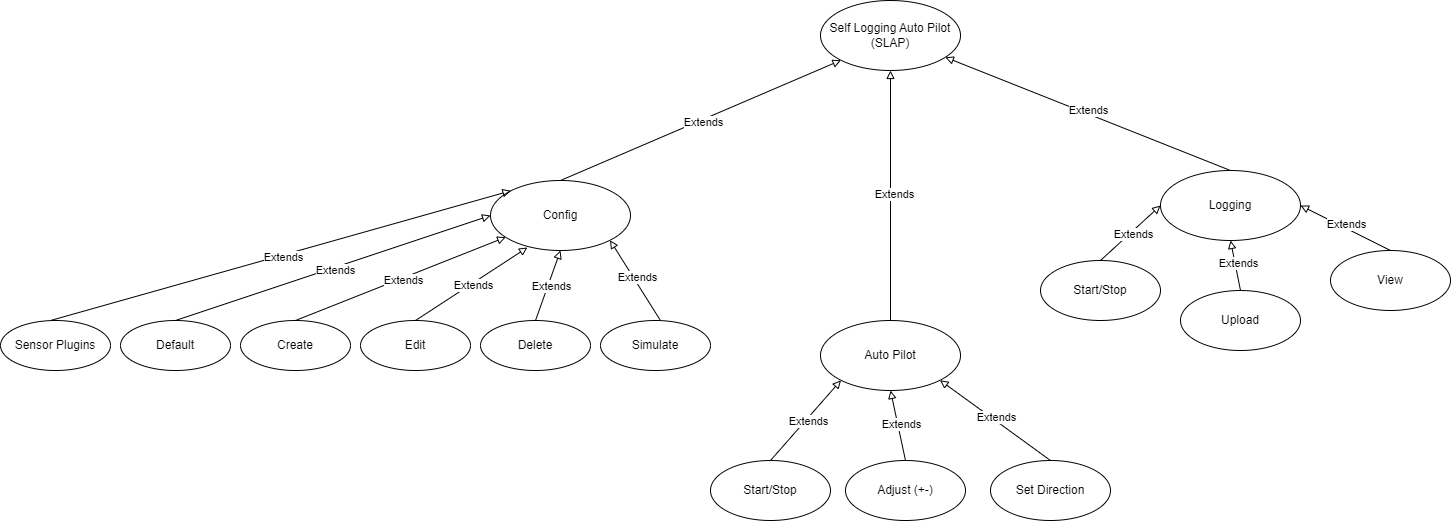
SailoBam/slap keeps this draw.io diagram as slap/docs/report/design/slapUsecases.drawio.png. Above is the earlier version. Source tidied: cells renumbered, new cells last; positions are measured from the earlier drawing's top-left corner, leaving out a move shared by most shapes. The source it was exported from:
```xml
<mxGraphModel>
  <root>
    <mxCell id="0" />
    <mxCell id="1" parent="0" />
    <mxCell id="2" value="Self Logging Auto Pilot (SLAP)" style="ellipse;whiteSpace=wrap;html=1;" parent="1" vertex="1">
      <mxGeometry x="820" width="140" height="70" as="geometry" />
    </mxCell>
    <mxCell id="3" style="edgeStyle=none;html=1;exitX=0.5;exitY=0;exitDx=0;exitDy=0;entryX=0;entryY=1;entryDx=0;entryDy=0;endArrow=block;endFill=0;" parent="1" edge="1" source="5" target="2">
      <mxGeometry relative="1" as="geometry" />
    </mxCell>
    <mxCell id="4" value="Extends" style="edgeLabel;html=1;align=center;verticalAlign=middle;" parent="3" vertex="1">
      <mxGeometry x="0.01" y="-3" relative="1" as="geometry">
        <mxPoint y="-1" as="offset" />
      </mxGeometry>
    </mxCell>
    <mxCell id="5" value="Config" style="ellipse;whiteSpace=wrap;html=1;" parent="1" vertex="1">
      <mxGeometry x="490" y="180" width="140" height="70" as="geometry" />
    </mxCell>
    <mxCell id="6" value="Auto Pilot" style="ellipse;whiteSpace=wrap;html=1;" parent="1" vertex="1">
      <mxGeometry x="820" y="320" width="140" height="70" as="geometry" />
    </mxCell>
    <mxCell id="7" value="Logging" style="ellipse;whiteSpace=wrap;html=1;" parent="1" vertex="1">
      <mxGeometry x="1160" y="170" width="140" height="70" as="geometry" />
    </mxCell>
    <mxCell id="8" style="edgeStyle=none;html=1;exitX=0.5;exitY=0;exitDx=0;exitDy=0;entryX=0.5;entryY=1;entryDx=0;entryDy=0;endArrow=block;endFill=0;fontStyle=1;" parent="1" edge="1" source="6" target="2">
      <mxGeometry relative="1" as="geometry" />
    </mxCell>
    <mxCell id="9" value="Extends" style="edgeLabel;html=1;align=center;verticalAlign=middle;" parent="8" vertex="1">
      <mxGeometry x="0.01" y="-3" relative="1" as="geometry">
        <mxPoint y="-1" as="offset" />
      </mxGeometry>
    </mxCell>
    <mxCell id="10" style="edgeStyle=none;html=1;endArrow=block;endFill=0;exitX=0.5;exitY=0;exitDx=0;exitDy=0;" parent="1" edge="1" source="7" target="2">
      <mxGeometry relative="1" as="geometry" />
    </mxCell>
    <mxCell id="11" value="Extends" style="edgeLabel;html=1;align=center;verticalAlign=middle;" parent="10" vertex="1">
      <mxGeometry x="0.01" y="-3" relative="1" as="geometry">
        <mxPoint y="-1" as="offset" />
      </mxGeometry>
    </mxCell>
    <mxCell id="12" style="edgeStyle=none;html=1;entryX=0;entryY=0.5;entryDx=0;entryDy=0;endArrow=block;endFill=0;exitX=0.5;exitY=0;exitDx=0;exitDy=0;" parent="1" edge="1" source="14" target="5">
      <mxGeometry relative="1" as="geometry" />
    </mxCell>
    <mxCell id="13" value="Extends" style="edgeLabel;html=1;align=center;verticalAlign=middle;" parent="12" vertex="1">
      <mxGeometry x="0.01" y="-3" relative="1" as="geometry">
        <mxPoint y="-1" as="offset" />
      </mxGeometry>
    </mxCell>
    <mxCell id="14" value="Default" style="ellipse;whiteSpace=wrap;html=1;" parent="1" vertex="1">
      <mxGeometry x="120" y="320" width="110" height="50" as="geometry" />
    </mxCell>
    <mxCell id="15" value="Create" style="ellipse;whiteSpace=wrap;html=1;" parent="1" vertex="1">
      <mxGeometry x="240" y="320" width="110" height="50" as="geometry" />
    </mxCell>
    <mxCell id="16" value="Edit" style="ellipse;whiteSpace=wrap;html=1;" parent="1" vertex="1">
      <mxGeometry x="360" y="320" width="110" height="50" as="geometry" />
    </mxCell>
    <mxCell id="17" value="Delete" style="ellipse;whiteSpace=wrap;html=1;" parent="1" vertex="1">
      <mxGeometry x="480" y="320" width="110" height="50" as="geometry" />
    </mxCell>
    <mxCell id="18" style="edgeStyle=none;html=1;endArrow=block;endFill=0;exitX=0.5;exitY=0;exitDx=0;exitDy=0;" parent="1" edge="1" source="15" target="5">
      <mxGeometry relative="1" as="geometry" />
    </mxCell>
    <mxCell id="19" value="Extends" style="edgeLabel;html=1;align=center;verticalAlign=middle;" parent="18" vertex="1">
      <mxGeometry x="0.01" y="-3" relative="1" as="geometry">
        <mxPoint y="-1" as="offset" />
      </mxGeometry>
    </mxCell>
    <mxCell id="20" style="edgeStyle=none;html=1;endArrow=block;endFill=0;exitX=0.5;exitY=0;exitDx=0;exitDy=0;entryX=0.264;entryY=0.957;entryDx=0;entryDy=0;entryPerimeter=0;" parent="1" edge="1" source="16" target="5">
      <mxGeometry relative="1" as="geometry" />
    </mxCell>
    <mxCell id="21" value="Extends" style="edgeLabel;html=1;align=center;verticalAlign=middle;" parent="20" vertex="1">
      <mxGeometry x="0.01" y="-3" relative="1" as="geometry">
        <mxPoint y="-1" as="offset" />
      </mxGeometry>
    </mxCell>
    <mxCell id="22" style="edgeStyle=none;html=1;endArrow=block;endFill=0;exitX=0.5;exitY=0;exitDx=0;exitDy=0;entryX=0.5;entryY=1;entryDx=0;entryDy=0;" parent="1" edge="1" source="17" target="5">
      <mxGeometry relative="1" as="geometry" />
    </mxCell>
    <mxCell id="23" value="Extends" style="edgeLabel;html=1;align=center;verticalAlign=middle;" parent="22" vertex="1">
      <mxGeometry x="0.01" y="-3" relative="1" as="geometry">
        <mxPoint y="-1" as="offset" />
      </mxGeometry>
    </mxCell>
    <mxCell id="24" value="Simulate" style="ellipse;whiteSpace=wrap;html=1;" parent="1" vertex="1">
      <mxGeometry x="600" y="320" width="110" height="50" as="geometry" />
    </mxCell>
    <mxCell id="25" style="edgeStyle=none;html=1;endArrow=block;endFill=0;exitX=0.545;exitY=0;exitDx=0;exitDy=0;entryX=1;entryY=1;entryDx=0;entryDy=0;exitPerimeter=0;" parent="1" edge="1" source="24" target="5">
      <mxGeometry relative="1" as="geometry" />
    </mxCell>
    <mxCell id="26" value="Extends" style="edgeLabel;html=1;align=center;verticalAlign=middle;" parent="25" vertex="1">
      <mxGeometry x="0.01" y="-3" relative="1" as="geometry">
        <mxPoint y="-1" as="offset" />
      </mxGeometry>
    </mxCell>
    <mxCell id="27" value="Start/Stop" style="ellipse;whiteSpace=wrap;html=1;" parent="1" vertex="1">
      <mxGeometry x="710" y="460" width="120" height="60" as="geometry" />
    </mxCell>
    <mxCell id="28" style="edgeStyle=none;html=1;endArrow=block;endFill=0;exitX=0.5;exitY=0;exitDx=0;exitDy=0;entryX=0;entryY=1;entryDx=0;entryDy=0;" parent="1" edge="1" source="27" target="6">
      <mxGeometry relative="1" as="geometry" />
    </mxCell>
    <mxCell id="29" value="Extends" style="edgeLabel;html=1;align=center;verticalAlign=middle;" parent="28" vertex="1">
      <mxGeometry x="0.01" y="-3" relative="1" as="geometry">
        <mxPoint y="-1" as="offset" />
      </mxGeometry>
    </mxCell>
    <mxCell id="30" value="Adjust (+-)" style="ellipse;whiteSpace=wrap;html=1;" parent="1" vertex="1">
      <mxGeometry x="845" y="460" width="120" height="60" as="geometry" />
    </mxCell>
    <mxCell id="31" style="edgeStyle=none;html=1;endArrow=block;endFill=0;exitX=0.5;exitY=0;exitDx=0;exitDy=0;entryX=0.5;entryY=1;entryDx=0;entryDy=0;" parent="1" edge="1" source="30" target="6">
      <mxGeometry relative="1" as="geometry" />
    </mxCell>
    <mxCell id="32" value="Extends" style="edgeLabel;html=1;align=center;verticalAlign=middle;" parent="31" vertex="1">
      <mxGeometry x="0.01" y="-3" relative="1" as="geometry">
        <mxPoint y="-1" as="offset" />
      </mxGeometry>
    </mxCell>
    <mxCell id="33" value="Set Direction" style="ellipse;whiteSpace=wrap;html=1;" parent="1" vertex="1">
      <mxGeometry x="990" y="460" width="120" height="60" as="geometry" />
    </mxCell>
    <mxCell id="34" style="edgeStyle=none;html=1;endArrow=block;endFill=0;exitX=0.5;exitY=0;exitDx=0;exitDy=0;entryX=1;entryY=1;entryDx=0;entryDy=0;" parent="1" edge="1" source="33" target="6">
      <mxGeometry relative="1" as="geometry" />
    </mxCell>
    <mxCell id="35" value="Extends" style="edgeLabel;html=1;align=center;verticalAlign=middle;" parent="34" vertex="1">
      <mxGeometry x="0.01" y="-3" relative="1" as="geometry">
        <mxPoint y="-1" as="offset" />
      </mxGeometry>
    </mxCell>
    <mxCell id="36" value="Start/Stop" style="ellipse;whiteSpace=wrap;html=1;" parent="1" vertex="1">
      <mxGeometry x="1040" y="260" width="120" height="60" as="geometry" />
    </mxCell>
    <mxCell id="37" style="edgeStyle=none;html=1;endArrow=block;endFill=0;exitX=0.5;exitY=0;exitDx=0;exitDy=0;entryX=0;entryY=0.5;entryDx=0;entryDy=0;" parent="1" edge="1" source="36" target="7">
      <mxGeometry relative="1" as="geometry" />
    </mxCell>
    <mxCell id="38" value="Extends" style="edgeLabel;html=1;align=center;verticalAlign=middle;" parent="37" vertex="1">
      <mxGeometry x="0.01" y="-3" relative="1" as="geometry">
        <mxPoint y="-1" as="offset" />
      </mxGeometry>
    </mxCell>
    <mxCell id="39" value="Upload" style="ellipse;whiteSpace=wrap;html=1;" parent="1" vertex="1">
      <mxGeometry x="1180" y="290" width="120" height="60" as="geometry" />
    </mxCell>
    <mxCell id="40" style="edgeStyle=none;html=1;endArrow=block;endFill=0;exitX=0.5;exitY=0;exitDx=0;exitDy=0;entryX=0.5;entryY=1;entryDx=0;entryDy=0;" parent="1" edge="1" source="39" target="7">
      <mxGeometry relative="1" as="geometry" />
    </mxCell>
    <mxCell id="41" value="Extends" style="edgeLabel;html=1;align=center;verticalAlign=middle;" parent="40" vertex="1">
      <mxGeometry x="0.01" y="-3" relative="1" as="geometry">
        <mxPoint y="-1" as="offset" />
      </mxGeometry>
    </mxCell>
    <mxCell id="42" value="View" style="ellipse;whiteSpace=wrap;html=1;" parent="1" vertex="1">
      <mxGeometry x="1330" y="250" width="120" height="60" as="geometry" />
    </mxCell>
    <mxCell id="43" style="edgeStyle=none;html=1;endArrow=block;endFill=0;exitX=0.5;exitY=0;exitDx=0;exitDy=0;entryX=1;entryY=0.5;entryDx=0;entryDy=0;" parent="1" edge="1" source="42" target="7">
      <mxGeometry relative="1" as="geometry" />
    </mxCell>
    <mxCell id="44" value="Extends" style="edgeLabel;html=1;align=center;verticalAlign=middle;" parent="43" vertex="1">
      <mxGeometry x="0.01" y="-3" relative="1" as="geometry">
        <mxPoint y="-1" as="offset" />
      </mxGeometry>
    </mxCell>
    <mxCell id="45" value="Sensor Plugins" style="ellipse;whiteSpace=wrap;html=1;" parent="1" vertex="1">
      <mxGeometry y="320" width="110" height="50" as="geometry" />
    </mxCell>
    <mxCell id="46" style="edgeStyle=none;html=1;entryX=0;entryY=0;entryDx=0;entryDy=0;endArrow=block;endFill=0;exitX=0.455;exitY=0;exitDx=0;exitDy=0;exitPerimeter=0;" parent="1" edge="1" source="45" target="5">
      <mxGeometry relative="1" as="geometry" />
    </mxCell>
    <mxCell id="47" value="Extends" style="edgeLabel;html=1;align=center;verticalAlign=middle;" parent="46" vertex="1">
      <mxGeometry x="0.01" y="-3" relative="1" as="geometry">
        <mxPoint y="-1" as="offset" />
      </mxGeometry>
    </mxCell>
  </root>
</mxGraphModel>
```
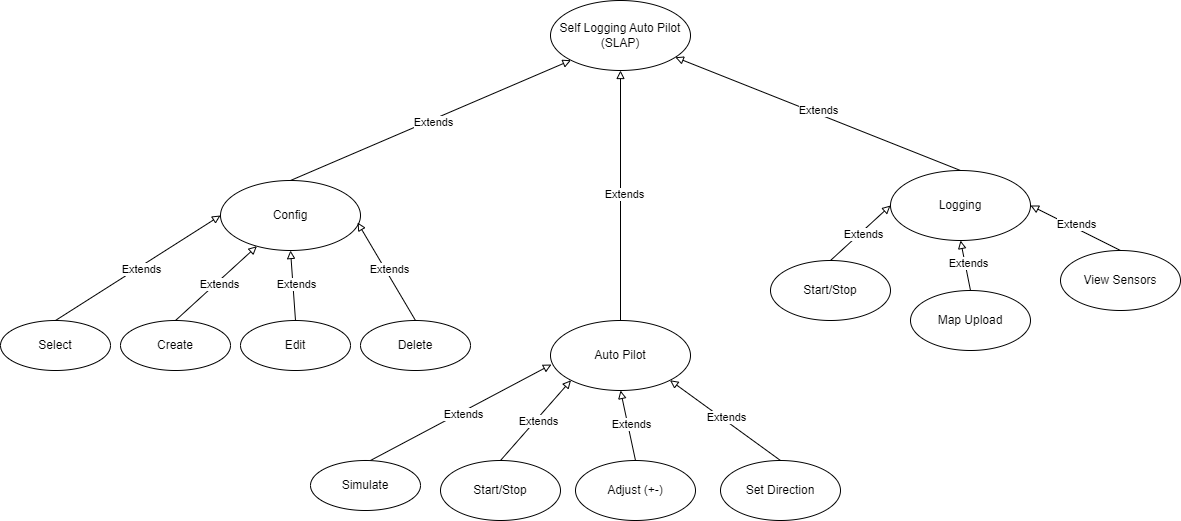
After the change.

The edit, as a diff of the source:
```diff
@@ -46,17 +46,17 @@
         <mxPoint y="-1" as="offset" />
       </mxGeometry>
     </mxCell>
-    <mxCell id="14" value="Default" style="ellipse;whiteSpace=wrap;html=1;" parent="1" vertex="1">
-      <mxGeometry x="120" y="320" width="110" height="50" as="geometry" />
+    <mxCell id="14" value="Select" style="ellipse;whiteSpace=wrap;html=1;" parent="1" vertex="1">
+      <mxGeometry x="270" y="320" width="110" height="50" as="geometry" />
     </mxCell>
     <mxCell id="15" value="Create" style="ellipse;whiteSpace=wrap;html=1;" parent="1" vertex="1">
-      <mxGeometry x="240" y="320" width="110" height="50" as="geometry" />
+      <mxGeometry x="390" y="320" width="110" height="50" as="geometry" />
     </mxCell>
     <mxCell id="16" value="Edit" style="ellipse;whiteSpace=wrap;html=1;" parent="1" vertex="1">
-      <mxGeometry x="360" y="320" width="110" height="50" as="geometry" />
+      <mxGeometry x="510" y="320" width="110" height="50" as="geometry" />
     </mxCell>
     <mxCell id="17" value="Delete" style="ellipse;whiteSpace=wrap;html=1;" parent="1" vertex="1">
-      <mxGeometry x="480" y="320" width="110" height="50" as="geometry" />
+      <mxGeometry x="630" y="320" width="110" height="50" as="geometry" />
     </mxCell>
     <mxCell id="18" style="edgeStyle=none;html=1;endArrow=block;endFill=0;exitX=0.5;exitY=0;exitDx=0;exitDy=0;" parent="1" edge="1" source="15" target="5">
       <mxGeometry relative="1" as="geometry" />
@@ -66,7 +66,7 @@
         <mxPoint y="-1" as="offset" />
       </mxGeometry>
     </mxCell>
-    <mxCell id="20" style="edgeStyle=none;html=1;endArrow=block;endFill=0;exitX=0.5;exitY=0;exitDx=0;exitDy=0;entryX=0.264;entryY=0.957;entryDx=0;entryDy=0;entryPerimeter=0;" parent="1" edge="1" source="16" target="5">
+    <mxCell id="20" style="edgeStyle=none;html=1;endArrow=block;endFill=0;exitX=0.5;exitY=0;exitDx=0;exitDy=0;entryX=0.5;entryY=1;entryDx=0;entryDy=0;" parent="1" edge="1" source="16" target="5">
       <mxGeometry relative="1" as="geometry" />
     </mxCell>
     <mxCell id="21" value="Extends" style="edgeLabel;html=1;align=center;verticalAlign=middle;" parent="20" vertex="1">
@@ -74,7 +74,7 @@
         <mxPoint y="-1" as="offset" />
       </mxGeometry>
     </mxCell>
-    <mxCell id="22" style="edgeStyle=none;html=1;endArrow=block;endFill=0;exitX=0.5;exitY=0;exitDx=0;exitDy=0;entryX=0.5;entryY=1;entryDx=0;entryDy=0;" parent="1" edge="1" source="17" target="5">
+    <mxCell id="22" style="edgeStyle=none;html=1;endArrow=block;endFill=0;exitX=0.5;exitY=0;exitDx=0;exitDy=0;entryX=0.979;entryY=0.6;entryDx=0;entryDy=0;entryPerimeter=0;" parent="1" edge="1" source="17" target="5">
       <mxGeometry relative="1" as="geometry" />
     </mxCell>
     <mxCell id="23" value="Extends" style="edgeLabel;html=1;align=center;verticalAlign=middle;" parent="22" vertex="1">
@@ -83,9 +83,9 @@
       </mxGeometry>
     </mxCell>
     <mxCell id="24" value="Simulate" style="ellipse;whiteSpace=wrap;html=1;" parent="1" vertex="1">
-      <mxGeometry x="600" y="320" width="110" height="50" as="geometry" />
+      <mxGeometry x="580" y="460" width="110" height="50" as="geometry" />
     </mxCell>
-    <mxCell id="25" style="edgeStyle=none;html=1;endArrow=block;endFill=0;exitX=0.545;exitY=0;exitDx=0;exitDy=0;entryX=1;entryY=1;entryDx=0;entryDy=0;exitPerimeter=0;" parent="1" edge="1" source="24" target="5">
+    <mxCell id="25" style="edgeStyle=none;html=1;endArrow=block;endFill=0;exitX=0.545;exitY=0;exitDx=0;exitDy=0;exitPerimeter=0;entryX=0.007;entryY=0.629;entryDx=0;entryDy=0;entryPerimeter=0;" parent="1" edge="1" source="24" target="6">
       <mxGeometry relative="1" as="geometry" />
     </mxCell>
     <mxCell id="26" value="Extends" style="edgeLabel;html=1;align=center;verticalAlign=middle;" parent="25" vertex="1">
@@ -137,7 +137,7 @@
         <mxPoint y="-1" as="offset" />
       </mxGeometry>
     </mxCell>
-    <mxCell id="39" value="Upload" style="ellipse;whiteSpace=wrap;html=1;" parent="1" vertex="1">
+    <mxCell id="39" value="Map Upload" style="ellipse;whiteSpace=wrap;html=1;" parent="1" vertex="1">
       <mxGeometry x="1180" y="290" width="120" height="60" as="geometry" />
     </mxCell>
     <mxCell id="40" style="edgeStyle=none;html=1;endArrow=block;endFill=0;exitX=0.5;exitY=0;exitDx=0;exitDy=0;entryX=0.5;entryY=1;entryDx=0;entryDy=0;" parent="1" edge="1" source="39" target="7">
@@ -148,7 +148,7 @@
         <mxPoint y="-1" as="offset" />
       </mxGeometry>
     </mxCell>
-    <mxCell id="42" value="View" style="ellipse;whiteSpace=wrap;html=1;" parent="1" vertex="1">
+    <mxCell id="42" value="View Sensors" style="ellipse;whiteSpace=wrap;html=1;" parent="1" vertex="1">
       <mxGeometry x="1330" y="250" width="120" height="60" as="geometry" />
     </mxCell>
     <mxCell id="43" style="edgeStyle=none;html=1;endArrow=block;endFill=0;exitX=0.5;exitY=0;exitDx=0;exitDy=0;entryX=1;entryY=0.5;entryDx=0;entryDy=0;" parent="1" edge="1" source="42" target="7">
@@ -159,16 +159,5 @@
         <mxPoint y="-1" as="offset" />
       </mxGeometry>
     </mxCell>
-    <mxCell id="45" value="Sensor Plugins" style="ellipse;whiteSpace=wrap;html=1;" parent="1" vertex="1">
-      <mxGeometry y="320" width="110" height="50" as="geometry" />
-    </mxCell>
-    <mxCell id="46" style="edgeStyle=none;html=1;entryX=0;entryY=0;entryDx=0;entryDy=0;endArrow=block;endFill=0;exitX=0.455;exitY=0;exitDx=0;exitDy=0;exitPerimeter=0;" parent="1" edge="1" source="45" target="5">
-      <mxGeometry relative="1" as="geometry" />
-    </mxCell>
-    <mxCell id="47" value="Extends" style="edgeLabel;html=1;align=center;verticalAlign=middle;" parent="46" vertex="1">
-      <mxGeometry x="0.01" y="-3" relative="1" as="geometry">
-        <mxPoint y="-1" as="offset" />
-      </mxGeometry>
-    </mxCell>
   </root>
 </mxGraphModel>
```
